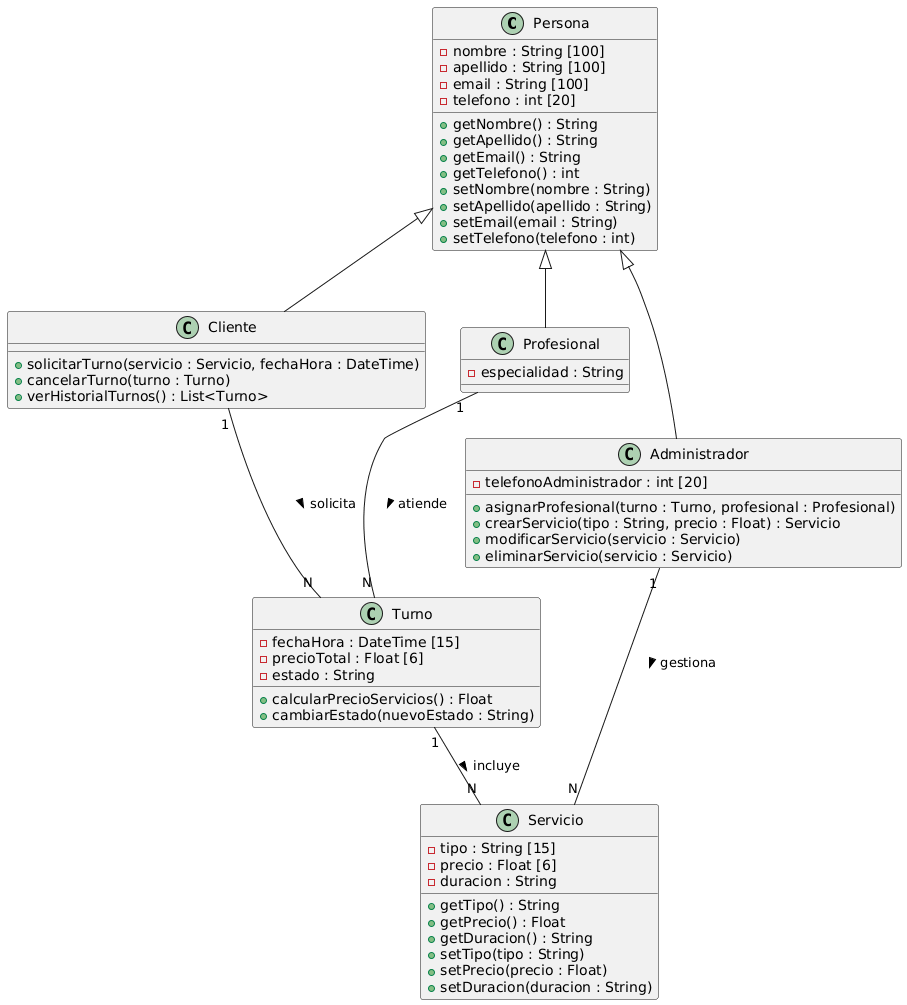
This is Documentacion/06 Diagrama de clases/Diagrama de clases.png from Juamppa/practica-profesionalizante-1, a PlantUML export, as it was before one commit.
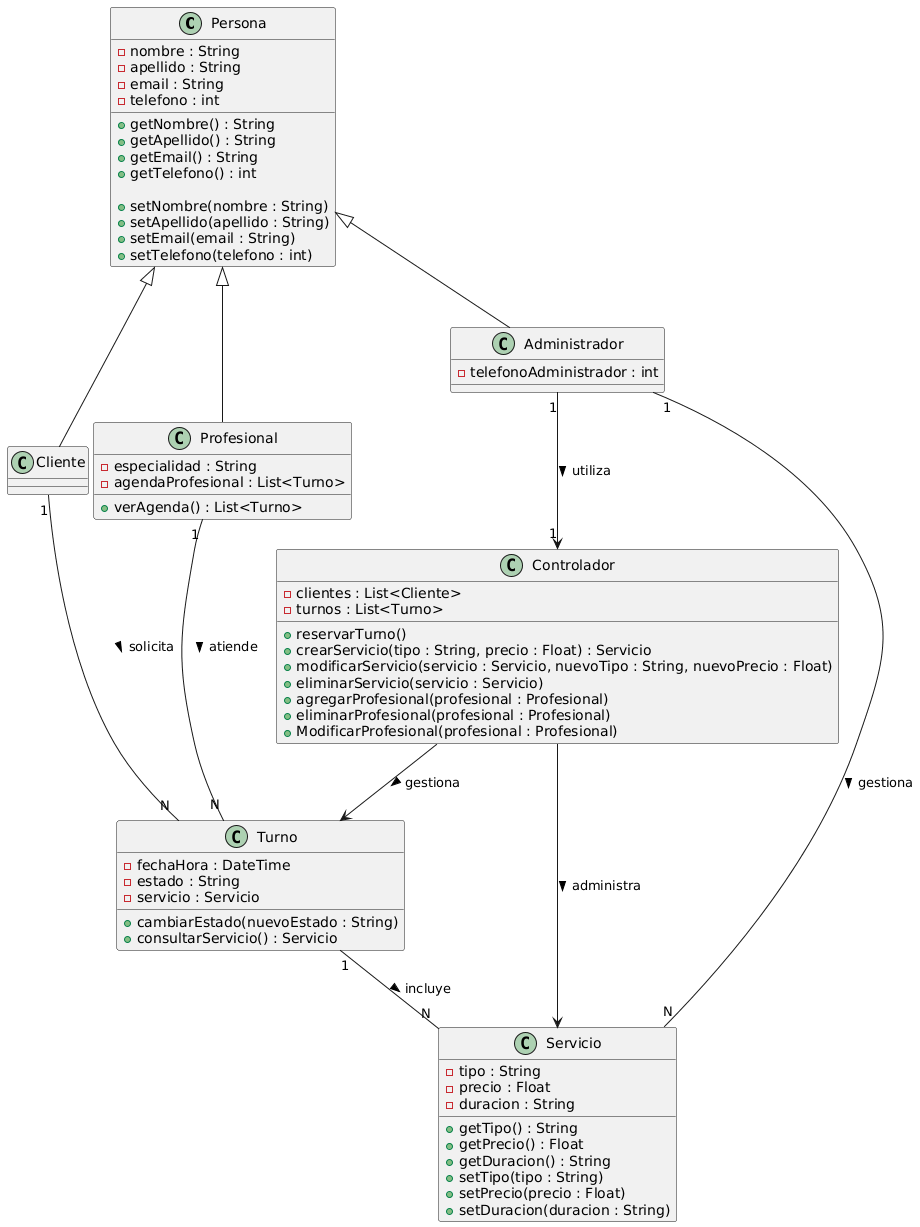
After the commit.

Change to the diagram source:
```diff
@@ -1,13 +1,18 @@
 @startuml
+!pragma teoz true
+
+
 class Persona {
-  - nombre : String [100]
-  - apellido : String [100]
-  - email : String [100]
-  - telefono : int [20]
+  - nombre : String
+  - apellido : String
+  - email : String
+  - telefono : int
+
   + getNombre() : String
   + getApellido() : String
   + getEmail() : String
   + getTelefono() : int
+
   + setNombre(nombre : String)
   + setApellido(apellido : String)
   + setEmail(email : String)
@@ -15,41 +20,52 @@
 }
 
 class Cliente {
-  + solicitarTurno(servicio : Servicio, fechaHora : DateTime)
-  + cancelarTurno(turno : Turno)
-  + verHistorialTurnos() : List<Turno>
 }
 
 class Profesional {
   - especialidad : String
+  - agendaProfesional : List<Turno>
+
+  + verAgenda() : List<Turno>
 }
 
 class Administrador {
-  - telefonoAdministrador : int [20]
-  + asignarProfesional(turno : Turno, profesional : Profesional)
-  + crearServicio(tipo : String, precio : Float) : Servicio
-  + modificarServicio(servicio : Servicio)
-  + eliminarServicio(servicio : Servicio)
+  - telefonoAdministrador : int
 }
 
 class Turno {
-  - fechaHora : DateTime [15]
-  - precioTotal : Float [6]
+  - fechaHora : DateTime
   - estado : String
-  + calcularPrecioServicios() : Float
+  - servicio : Servicio
+
   + cambiarEstado(nuevoEstado : String)
+  + consultarServicio() : Servicio
 }
 
 class Servicio {
-  - tipo : String [15]
-  - precio : Float [6]
+  - tipo : String
+  - precio : Float
   - duracion : String
+
   + getTipo() : String
   + getPrecio() : Float
   + getDuracion() : String
   + setTipo(tipo : String)
   + setPrecio(precio : Float)
   + setDuracion(duracion : String)
+}
+
+class Controlador {
+  - clientes : List<Cliente>
+  - turnos : List<Turno>
+
+  + reservarTurno()
+  + crearServicio(tipo : String, precio : Float) : Servicio
+  + modificarServicio(servicio : Servicio, nuevoTipo : String, nuevoPrecio : Float)
+  + eliminarServicio(servicio : Servicio)
+  + agregarProfesional(profesional : Profesional)
+  + eliminarProfesional(profesional : Profesional)
+  + ModificarProfesional(profesional : Profesional)
 }
 
 Persona <|-- Cliente
@@ -60,4 +76,8 @@
 Profesional "1" -- "N" Turno : atiende >
 Administrador "1" -- "N" Servicio : gestiona >
 Turno "1" -- "N" Servicio : incluye >
+
+Administrador "1" --> "1" Controlador : utiliza >
+Controlador --> Turno : gestiona >
+Controlador --> Servicio : administra >
 @enduml
```
